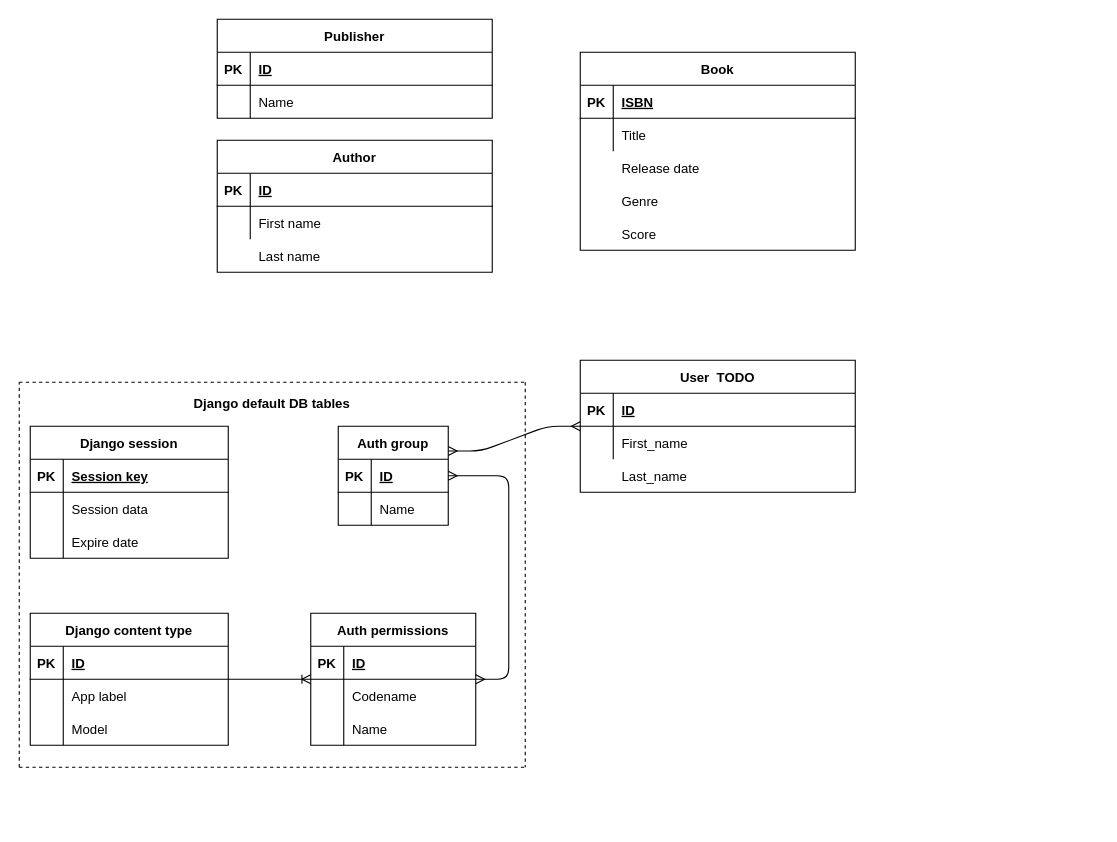
FilipSolich/IIS keeps this draw.io diagram as docs/ER.drawio. Above is the earlier version. Source tidied: cells renumbered, new cells numbered last; positions are measured from the earlier drawing's top-left corner, leaving out a move shared by most shapes. Both pictures are drawn from the tidied source at 110%, with x=0, y=0 at pixel (19, 19).
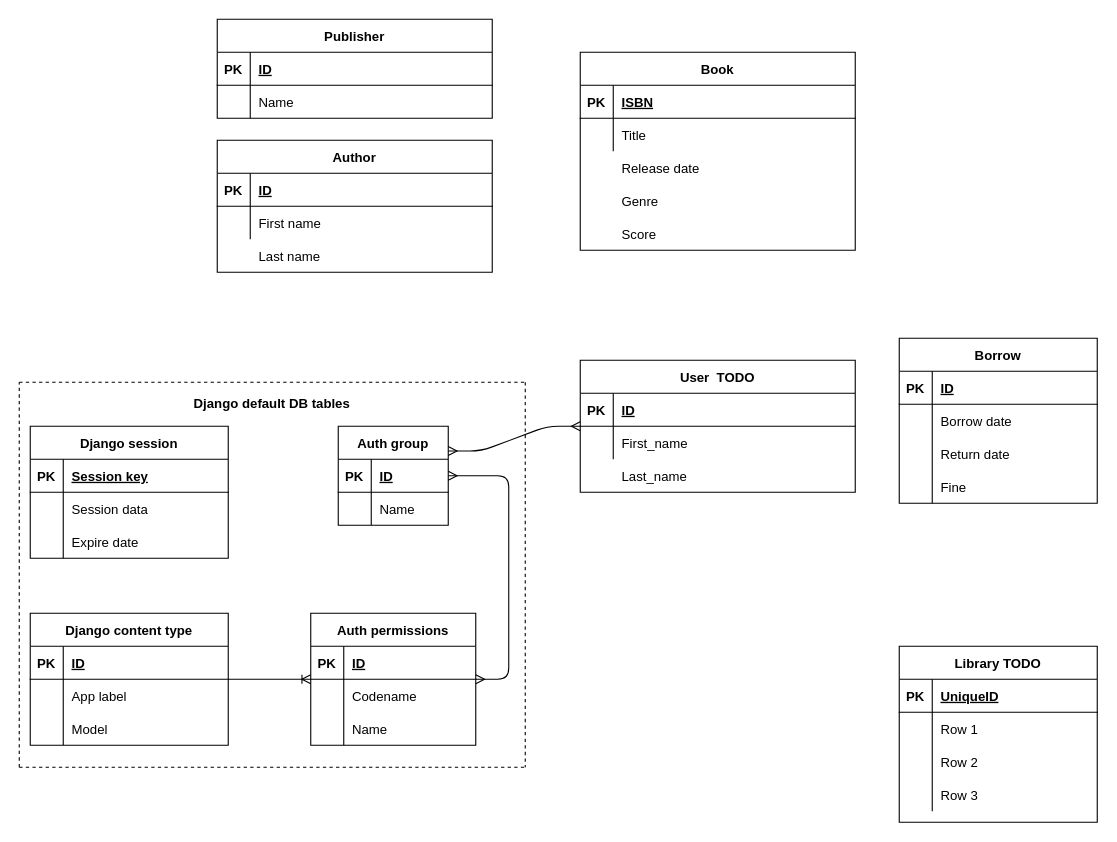
The same page after the edit.

Diff of the diagram source:
```diff
@@
+    <mxCell id="85" value="Library TODO" style="shape=table;startSize=30;childLayout=tableLayout;rowLines=0;fontStyle=1;align=center;hachureGap=4;" parent="1" vertex="1">
+      <mxGeometry x="800" y="570" width="180" height="160" as="geometry" />
+    </mxCell>
+    <mxCell id="86" style="shape=partialRectangle;fillColor=none;top=0;left=0;bottom=1;right=0;" parent="85" vertex="1">
+      <mxGeometry y="30" width="180" height="30" as="geometry" />
+    </mxCell>
+    <mxCell id="87" value="PK" style="shape=partialRectangle;fillColor=none;top=0;left=0;bottom=0;right=0;fontStyle=1;overflow=hidden;" parent="86" vertex="1">
+      <mxGeometry width="30" height="30" as="geometry" />
+    </mxCell>
+    <mxCell id="88" value="UniqueID" style="shape=partialRectangle;fillColor=none;top=0;left=0;bottom=0;right=0;align=left;spacingLeft=6;fontStyle=5;overflow=hidden;" parent="86" vertex="1">
+      <mxGeometry x="30" width="150" height="30" as="geometry" />
+    </mxCell>
+    <mxCell id="89" style="shape=partialRectangle;fillColor=none;top=0;left=0;bottom=0;right=0;" parent="85" vertex="1">
+      <mxGeometry y="60" width="180" height="30" as="geometry" />
+    </mxCell>
+    <mxCell id="90" style="shape=partialRectangle;fillColor=none;top=0;left=0;bottom=0;right=0;overflow=hidden;" parent="89" vertex="1">
+      <mxGeometry width="30" height="30" as="geometry" />
+    </mxCell>
+    <mxCell id="91" value="Row 1" style="shape=partialRectangle;fillColor=none;top=0;left=0;bottom=0;right=0;align=left;spacingLeft=6;overflow=hidden;" parent="89" vertex="1">
+      <mxGeometry x="30" width="150" height="30" as="geometry" />
+    </mxCell>
+    <mxCell id="92" style="shape=partialRectangle;fillColor=none;top=0;left=0;bottom=0;right=0;" parent="85" vertex="1">
+      <mxGeometry y="90" width="180" height="30" as="geometry" />
+    </mxCell>
+    <mxCell id="93" style="shape=partialRectangle;fillColor=none;top=0;left=0;bottom=0;right=0;overflow=hidden;" parent="92" vertex="1">
+      <mxGeometry width="30" height="30" as="geometry" />
+    </mxCell>
+    <mxCell id="94" value="Row 2" style="shape=partialRectangle;fillColor=none;top=0;left=0;bottom=0;right=0;align=left;spacingLeft=6;overflow=hidden;" parent="92" vertex="1">
+      <mxGeometry x="30" width="150" height="30" as="geometry" />
+    </mxCell>
+    <mxCell id="95" style="shape=partialRectangle;fillColor=none;top=0;left=0;bottom=0;right=0;" parent="85" vertex="1">
+      <mxGeometry y="120" width="180" height="30" as="geometry" />
+    </mxCell>
+    <mxCell id="96" style="shape=partialRectangle;fillColor=none;top=0;left=0;bottom=0;right=0;overflow=hidden;" parent="95" vertex="1">
+      <mxGeometry width="30" height="30" as="geometry" />
+    </mxCell>
+    <mxCell id="97" value="Row 3" style="shape=partialRectangle;fillColor=none;top=0;left=0;bottom=0;right=0;align=left;spacingLeft=6;overflow=hidden;" parent="95" vertex="1">
+      <mxGeometry x="30" width="150" height="30" as="geometry" />
+    </mxCell>
+    <mxCell id="98" value="Borrow" style="shape=table;startSize=30;childLayout=tableLayout;rowLines=0;fontStyle=1;align=center;hachureGap=4;" parent="1" vertex="1">
+      <mxGeometry x="800" y="290" width="180" height="150" as="geometry" />
+    </mxCell>
+    <mxCell id="99" style="shape=partialRectangle;fillColor=none;top=0;left=0;bottom=1;right=0;" parent="98" vertex="1">
+      <mxGeometry y="30" width="180" height="30" as="geometry" />
+    </mxCell>
+    <mxCell id="100" value="PK" style="shape=partialRectangle;fillColor=none;top=0;left=0;bottom=0;right=0;fontStyle=1;overflow=hidden;" parent="99" vertex="1">
+      <mxGeometry width="30" height="30" as="geometry" />
+    </mxCell>
+    <mxCell id="101" value="ID" style="shape=partialRectangle;fillColor=none;top=0;left=0;bottom=0;right=0;align=left;spacingLeft=6;fontStyle=5;overflow=hidden;" parent="99" vertex="1">
+      <mxGeometry x="30" width="150" height="30" as="geometry" />
+    </mxCell>
+    <mxCell id="102" style="shape=partialRectangle;fillColor=none;top=0;left=0;bottom=0;right=0;" parent="98" vertex="1">
+      <mxGeometry y="60" width="180" height="30" as="geometry" />
+    </mxCell>
+    <mxCell id="103" style="shape=partialRectangle;fillColor=none;top=0;left=0;bottom=0;right=0;overflow=hidden;" parent="102" vertex="1">
+      <mxGeometry width="30" height="30" as="geometry" />
+    </mxCell>
+    <mxCell id="104" value="Borrow date" style="shape=partialRectangle;fillColor=none;top=0;left=0;bottom=0;right=0;align=left;spacingLeft=6;overflow=hidden;" parent="102" vertex="1">
+      <mxGeometry x="30" width="150" height="30" as="geometry" />
+    </mxCell>
+    <mxCell id="105" style="shape=partialRectangle;fillColor=none;top=0;left=0;bottom=0;right=0;" parent="98" vertex="1">
+      <mxGeometry y="90" width="180" height="30" as="geometry" />
+    </mxCell>
+    <mxCell id="106" style="shape=partialRectangle;fillColor=none;top=0;left=0;bottom=0;right=0;overflow=hidden;" parent="105" vertex="1">
+      <mxGeometry width="30" height="30" as="geometry" />
+    </mxCell>
+    <mxCell id="107" value="Return date" style="shape=partialRectangle;fillColor=none;top=0;left=0;bottom=0;right=0;align=left;spacingLeft=6;overflow=hidden;" parent="105" vertex="1">
+      <mxGeometry x="30" width="150" height="30" as="geometry" />
+    </mxCell>
+    <mxCell id="108" style="shape=partialRectangle;fillColor=none;top=0;left=0;bottom=0;right=0;" parent="98" vertex="1">
+      <mxGeometry y="120" width="180" height="30" as="geometry" />
+    </mxCell>
+    <mxCell id="109" style="shape=partialRectangle;fillColor=none;top=0;left=0;bottom=0;right=0;overflow=hidden;" parent="108" vertex="1">
+      <mxGeometry width="30" height="30" as="geometry" />
+    </mxCell>
+    <mxCell id="110" value="Fine" style="shape=partialRectangle;fillColor=none;top=0;left=0;bottom=0;right=0;align=left;spacingLeft=6;overflow=hidden;" parent="108" vertex="1">
+      <mxGeometry x="30" width="150" height="30" as="geometry" />
+    </mxCell>
```
